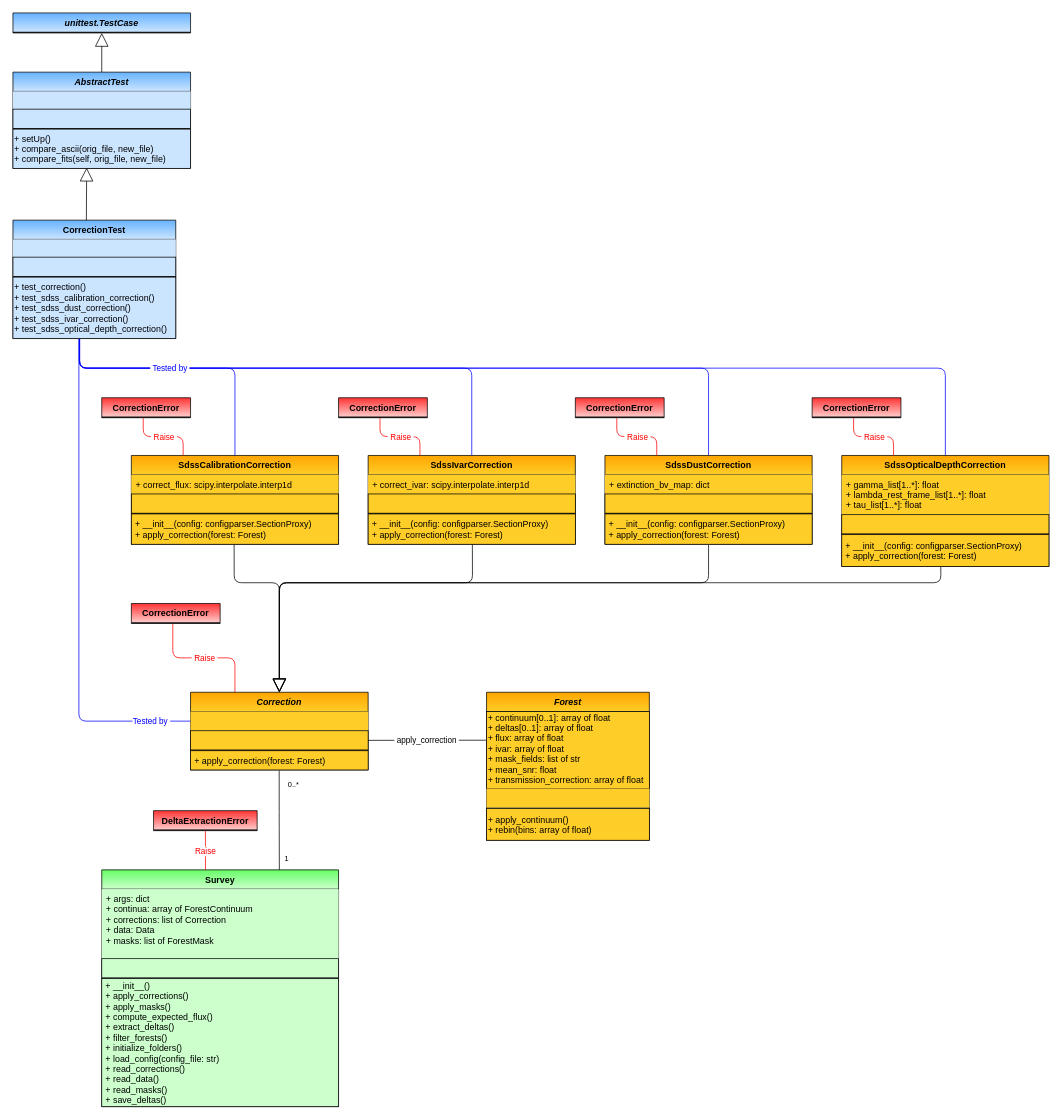
igmhub/picca keeps this draw.io diagram as page "Correction" (3 of 7) of py/picca/delta_extraction/docs/data_model/data_model.drawio. Above is the earlier version. Source tidied: cells renumbered, new cells numbered last; positions are measured from the earlier drawing's top-left corner, leaving out a move shared by most shapes. Both pictures are drawn from the tidied source at 74%, with x=0, y=0 at pixel (13, 13).
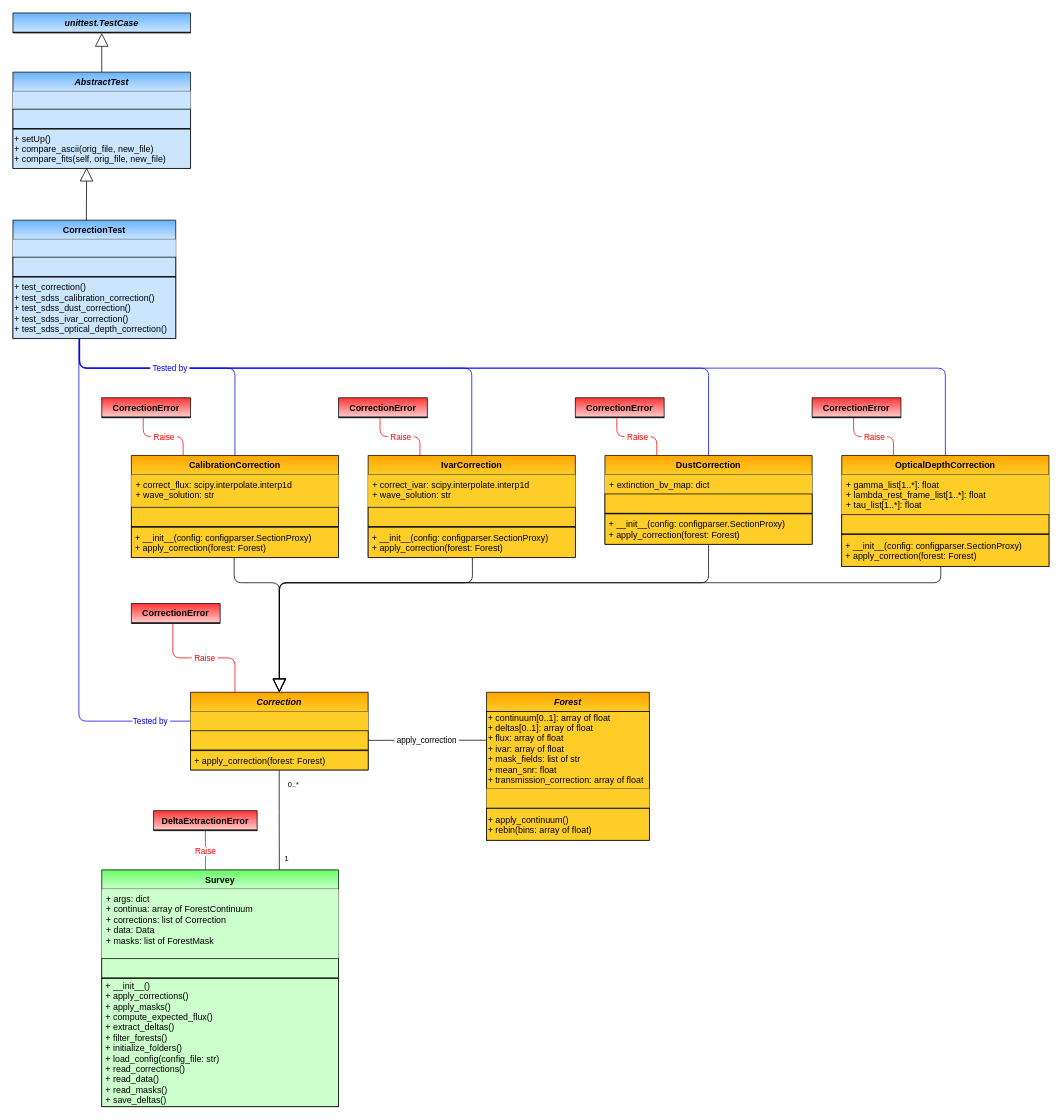
After the change.

Diff of the diagram source:
```diff
@@
-    <mxCell id="20" value="SdssCalibrationCorrection" style="swimlane;fontStyle=1;horizontal=1;startSize=26;fillColor=#ffcd28;swimlaneFillColor=#ffffff;rounded=0;shadow=0;glass=0;comic=0;strokeColor=#000000;gradientColor=#ffa500;swimlaneLine=1;gradientDirection=north;" parent="1" vertex="1">
-      <mxGeometry x="160" y="598" width="280" height="120" as="geometry" />
+    <mxCell id="20" value="CalibrationCorrection" style="swimlane;fontStyle=1;horizontal=1;startSize=26;fillColor=#ffcd28;swimlaneFillColor=#ffffff;rounded=0;shadow=0;glass=0;comic=0;strokeColor=#000000;gradientColor=#ffa500;swimlaneLine=1;gradientDirection=north;" parent="1" vertex="1">
+      <mxGeometry x="160" y="598" width="280" height="138" as="geometry" />
     </mxCell>
-    <mxCell id="21" value="+ correct_flux: scipy.interpolate.interp1d" style="text;strokeColor=none;fillColor=#ffcd28;align=left;verticalAlign=top;spacingLeft=4;spacingRight=4;overflow=hidden;gradientColor=none;" parent="20" vertex="1">
-      <mxGeometry y="26" width="280" height="26" as="geometry" />
+    <mxCell id="21" value="+ correct_flux: scipy.interpolate.interp1d&#10;+ wave_solution: str" style="text;strokeColor=none;fillColor=#ffcd28;align=left;verticalAlign=top;spacingLeft=4;spacingRight=4;overflow=hidden;gradientColor=none;" parent="20" vertex="1">
+      <mxGeometry y="26" width="280" height="44" as="geometry" />
     </mxCell>
     <mxCell id="22" style="text;strokeColor=#000000;fillColor=#ffcd28;align=left;verticalAlign=middle;overflow=hidden;rounded=0;shadow=0;glass=0;comic=0;fontStyle=0;gradientColor=none;swimlaneFillColor=#ffffff;gradientDirection=north;startSize=26;" parent="20" vertex="1">
-      <mxGeometry y="52" width="280" height="26" as="geometry" />
+      <mxGeometry y="70" width="280" height="26" as="geometry" />
     </mxCell>
     <mxCell id="23" style="line;strokeWidth=1;fillColor=none;align=left;verticalAlign=middle;spacingTop=-1;spacingLeft=3;spacingRight=3;labelPosition=right;rounded=0;shadow=0;glass=0;comic=0;" parent="20" vertex="1">
-      <mxGeometry y="78" width="280" height="1" as="geometry" />
+      <mxGeometry y="96" width="280" height="1" as="geometry" />
     </mxCell>
     <mxCell id="24" value=" + __init__(config: configparser.SectionProxy)&#10; + apply_correction(forest: Forest)" style="text;strokeColor=#000000;fillColor=#ffcd28;align=left;verticalAlign=middle;overflow=hidden;points=[[0,0.5],[1,0.5]];portConstraint=eastwest;rounded=0;shadow=0;glass=0;comic=0;fontStyle=0;gradientColor=none;swimlaneFillColor=#ffffff;gradientDirection=north;startSize=26;" parent="20" vertex="1">
-      <mxGeometry y="79" width="280" height="41" as="geometry" />
+      <mxGeometry y="97" width="280" height="41" as="geometry" />
     </mxCell>
-    <mxCell id="25" value="SdssIvarCorrection" style="swimlane;fontStyle=1;horizontal=1;startSize=26;fillColor=#ffcd28;swimlaneFillColor=#ffffff;rounded=0;shadow=0;glass=0;comic=0;strokeColor=#000000;gradientColor=#ffa500;swimlaneLine=1;gradientDirection=north;" parent="1" vertex="1">
-      <mxGeometry x="480" y="598" width="280" height="120" as="geometry" />
+    <mxCell id="25" value="IvarCorrection" style="swimlane;fontStyle=1;horizontal=1;startSize=26;fillColor=#ffcd28;swimlaneFillColor=#ffffff;rounded=0;shadow=0;glass=0;comic=0;strokeColor=#000000;gradientColor=#ffa500;swimlaneLine=1;gradientDirection=north;" parent="1" vertex="1">
+      <mxGeometry x="480" y="598" width="280" height="138" as="geometry" />
     </mxCell>
-    <mxCell id="26" value="+ correct_ivar: scipy.interpolate.interp1d" style="text;strokeColor=none;fillColor=#ffcd28;align=left;verticalAlign=top;spacingLeft=4;spacingRight=4;overflow=hidden;gradientColor=none;" parent="25" vertex="1">
-      <mxGeometry y="26" width="280" height="26" as="geometry" />
+    <mxCell id="26" value="+ correct_ivar: scipy.interpolate.interp1d&#10;+ wave_solution: str" style="text;strokeColor=none;fillColor=#ffcd28;align=left;verticalAlign=top;spacingLeft=4;spacingRight=4;overflow=hidden;gradientColor=none;" parent="25" vertex="1">
+      <mxGeometry y="26" width="280" height="44" as="geometry" />
     </mxCell>
     <mxCell id="27" style="text;strokeColor=#000000;fillColor=#ffcd28;align=left;verticalAlign=middle;overflow=hidden;rounded=0;shadow=0;glass=0;comic=0;fontStyle=0;gradientColor=none;swimlaneFillColor=#ffffff;gradientDirection=north;startSize=26;" parent="25" vertex="1">
-      <mxGeometry y="52" width="280" height="26" as="geometry" />
+      <mxGeometry y="70" width="280" height="26" as="geometry" />
     </mxCell>
     <mxCell id="28" style="line;strokeWidth=1;fillColor=none;align=left;verticalAlign=middle;spacingTop=-1;spacingLeft=3;spacingRight=3;labelPosition=right;rounded=0;shadow=0;glass=0;comic=0;" parent="25" vertex="1">
-      <mxGeometry y="78" width="280" height="1" as="geometry" />
+      <mxGeometry y="96" width="280" height="1" as="geometry" />
     </mxCell>
     <mxCell id="29" value=" + __init__(config: configparser.SectionProxy)&#10; + apply_correction(forest: Forest)" style="text;strokeColor=#000000;fillColor=#ffcd28;align=left;verticalAlign=middle;overflow=hidden;points=[[0,0.5],[1,0.5]];portConstraint=eastwest;rounded=0;shadow=0;glass=0;comic=0;fontStyle=0;gradientColor=none;swimlaneFillColor=#ffffff;gradientDirection=north;startSize=26;" parent="25" vertex="1">
-      <mxGeometry y="79" width="280" height="41" as="geometry" />
+      <mxGeometry y="97" width="280" height="41" as="geometry" />
     </mxCell>
-    <mxCell id="30" value="SdssDustCorrection" style="swimlane;fontStyle=1;horizontal=1;startSize=26;fillColor=#ffcd28;swimlaneFillColor=#ffffff;rounded=0;shadow=0;glass=0;comic=0;strokeColor=#000000;gradientColor=#ffa500;swimlaneLine=1;gradientDirection=north;" parent="1" vertex="1">
+    <mxCell id="30" value="DustCorrection" style="swimlane;fontStyle=1;horizontal=1;startSize=26;fillColor=#ffcd28;swimlaneFillColor=#ffffff;rounded=0;shadow=0;glass=0;comic=0;strokeColor=#000000;gradientColor=#ffa500;swimlaneLine=1;gradientDirection=north;" parent="1" vertex="1">
       <mxGeometry x="800" y="598" width="280" height="120" as="geometry" />
     </mxCell>
@@
-    <mxCell id="35" value="SdssOpticalDepthCorrection" style="swimlane;fontStyle=1;horizontal=1;startSize=26;fillColor=#ffcd28;swimlaneFillColor=#ffffff;rounded=0;shadow=0;glass=0;comic=0;strokeColor=#000000;gradientColor=#ffa500;swimlaneLine=1;gradientDirection=north;" parent="1" vertex="1">
+    <mxCell id="35" value="OpticalDepthCorrection" style="swimlane;fontStyle=1;horizontal=1;startSize=26;fillColor=#ffcd28;swimlaneFillColor=#ffffff;rounded=0;shadow=0;glass=0;comic=0;strokeColor=#000000;gradientColor=#ffa500;swimlaneLine=1;gradientDirection=north;" parent="1" vertex="1">
       <mxGeometry x="1120" y="598" width="280" height="150" as="geometry" />
     </mxCell>
```
